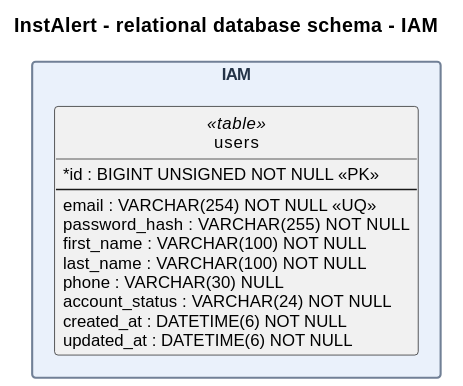
Before: assets/Chapter4/database-diagrams/iam.svg, a diagram exported from PlantUML (LosIncreiblesCorp/losIncreibles-project-report).
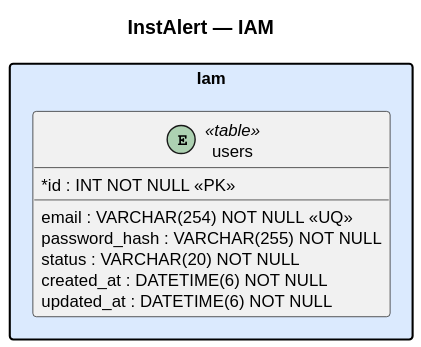
The same file after the commit.

Commit message:
docs(chapter4): add profiles and dashboard database diagrams

The edit, as a diff of the source:
```diff
@@ -1,35 +1,20 @@
 @startuml
-left to right direction
 skinparam shadowing false
+skinparam classAttributeIconSize 0
 skinparam packageStyle rectangle
-skinparam packageBorderColor #718096
-skinparam packageFontColor #243347
-skinparam entityBackgroundColor #FFFFFF
-skinparam entityBorderColor #64748B
-skinparam entityFontColor #111827
-skinparam entityAttributeFontColor #334155
-skinparam classAttributeIconSize 0
-skinparam defaultFontName Arial
+skinparam linetype polyline
+skinparam defaultFontName SansSerif
 skinparam defaultFontSize 12
-skinparam ArrowColor #52677C
-skinparam ArrowFontColor #334155
-skinparam ArrowFontSize 10
-skinparam linetype ortho
-hide methods
-hide circle
-title InstAlert - relational database schema - IAM
-package "IAM" as iamContext #EAF1FB {
-  entity "users" as users <<table>> {
-    *id : BIGINT UNSIGNED NOT NULL <<PK>>
-    --
-    email : VARCHAR(254) NOT NULL <<UQ>>
-    password_hash : VARCHAR(255) NOT NULL
-    first_name : VARCHAR(100) NOT NULL
-    last_name : VARCHAR(100) NOT NULL
-    phone : VARCHAR(30) NULL
-    account_status : VARCHAR(24) NOT NULL
-    created_at : DATETIME(6) NOT NULL
-    updated_at : DATETIME(6) NOT NULL
-  }
+hide empty members
+title InstAlert — IAM
+package "Iam" #DBEAFE {
+entity "users" as users <<table>> {
+* id : INT NOT NULL <<PK>>
+  email : VARCHAR(254) NOT NULL <<UQ>>
+  password_hash : VARCHAR(255) NOT NULL
+  status : VARCHAR(20) NOT NULL
+  created_at : DATETIME(6) NOT NULL
+  updated_at : DATETIME(6) NOT NULL
+}
 }
 @enduml
```
